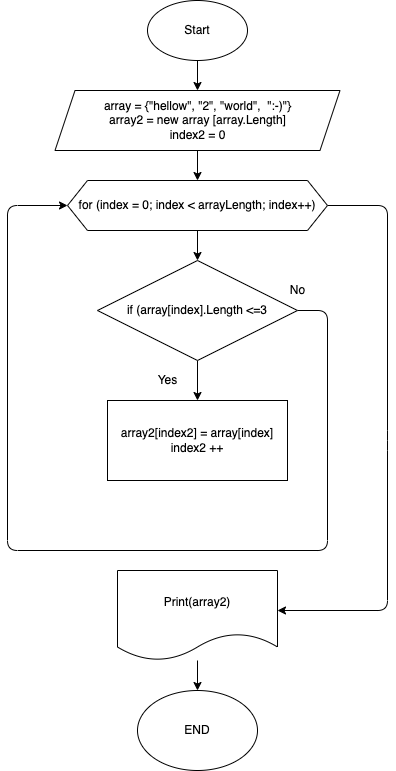
The draw.io diagram algorithm.drawio.png in galatnatasha/final_task, before a commit. Source tidied: cells renumbered, new cells last; positions are measured from the earlier drawing's top-left corner, leaving out a move shared by most shapes.
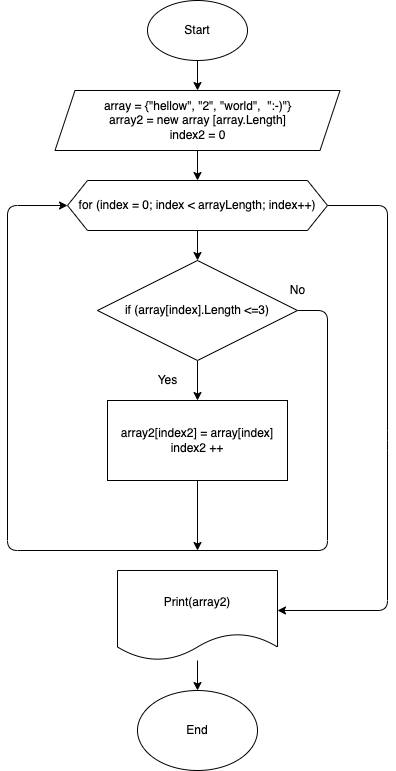
The same diagram one commit later.

Commit message:
fix syntax errors

The edit, as a diff of the source:
```diff
@@ -43,9 +43,14 @@
         </Array>
       </mxGeometry>
     </mxCell>
-    <mxCell id="11" value="if (array[index].Length &amp;lt;=3" style="rhombus;whiteSpace=wrap;html=1;" parent="1" vertex="1">
+    <mxCell id="11" value="if (array[index].Length &amp;lt;=3)" style="rhombus;whiteSpace=wrap;html=1;" parent="1" vertex="1">
       <mxGeometry x="90" y="260" width="200" height="100" as="geometry" />
     </mxCell>
+    <mxCell id="18" style="edgeStyle=none;html=1;" parent="1" edge="1" source="12">
+      <mxGeometry relative="1" as="geometry">
+        <mxPoint x="190" y="550" as="targetPoint" />
+      </mxGeometry>
+    </mxCell>
     <mxCell id="12" value="array2[index2] = array[index]&lt;br&gt;index2 ++" style="rounded=0;whiteSpace=wrap;html=1;" parent="1" vertex="1">
       <mxGeometry x="100" y="400" width="180" height="80" as="geometry" />
     </mxCell>
@@ -61,7 +66,7 @@
     <mxCell id="16" value="No" style="text;html=1;align=center;verticalAlign=middle;strokeColor=none;fillColor=none;" parent="1" vertex="1">
       <mxGeometry x="275" y="280" width="30" height="20" as="geometry" />
     </mxCell>
-    <mxCell id="17" value="END" style="ellipse;whiteSpace=wrap;html=1;" parent="1" vertex="1">
+    <mxCell id="17" value="End" style="ellipse;whiteSpace=wrap;html=1;" parent="1" vertex="1">
       <mxGeometry x="130" y="690" width="120" height="80" as="geometry" />
     </mxCell>
   </root>
```
